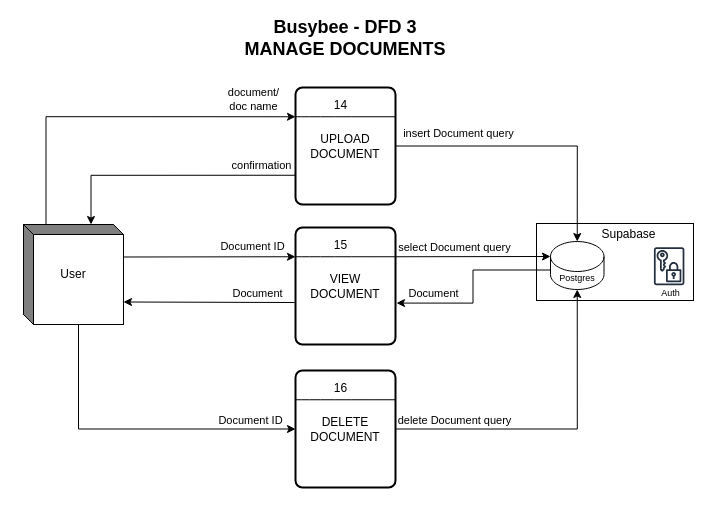
Earlier version of the draw.io diagram page "dfd3-ManageDocuments" (5 of 6) of data-flow-diagram.drawio (Masonluna/BusyBee). Source tidied: cells renumbered, new cells numbered last; positions are measured from the earlier drawing's top-left corner, leaving out a move shared by most shapes. Both pictures are drawn from the tidied source at 100%, with x=0, y=0 at pixel (17, 17).
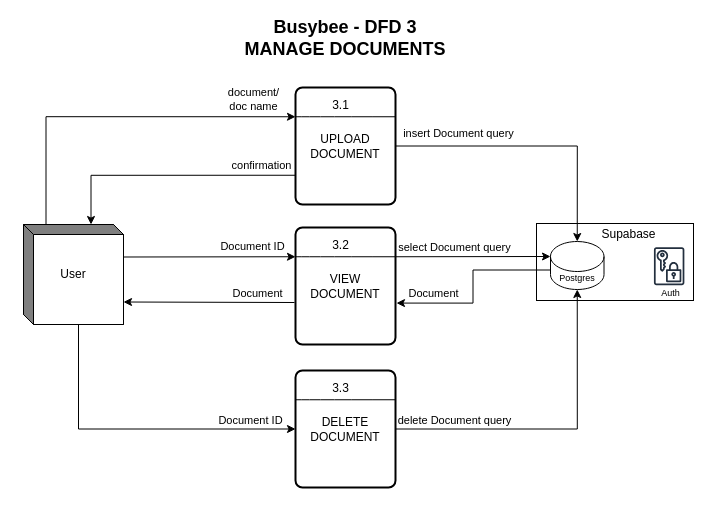
After the change.

The change refers to these unchanged cells:
```xml
<mxCell id="14" style="group;" parent="1" vertex="1">
  <mxGeometry x="278" y="70" width="100" height="117" as="geometry" />
</mxCell>
<mxCell id="18" style="group;" parent="1" vertex="1">
  <mxGeometry x="278" y="210" width="100" height="117" as="geometry" />
</mxCell>
<mxCell id="22" style="group;" parent="1" vertex="1">
  <mxGeometry x="278" y="353" width="100" height="117" as="geometry" />
</mxCell>
```

Change to the diagram source:
```diff
@@
-    <mxCell id="17" value="14" style="text;html=1;align=center;verticalAlign=middle;whiteSpace=wrap;rounded=0;" parent="14" vertex="1">
+    <mxCell id="17" value="3.1" style="text;html=1;align=center;verticalAlign=middle;whiteSpace=wrap;rounded=0;" parent="14" vertex="1">
       <mxGeometry x="14" y="5" width="63" height="26" as="geometry" />
     </mxCell>
@@
-    <mxCell id="21" value="15" style="text;html=1;align=center;verticalAlign=middle;whiteSpace=wrap;rounded=0;" parent="18" vertex="1">
+    <mxCell id="21" value="3.2" style="text;html=1;align=center;verticalAlign=middle;whiteSpace=wrap;rounded=0;" parent="18" vertex="1">
       <mxGeometry x="14" y="5" width="63" height="26" as="geometry" />
     </mxCell>
@@
-    <mxCell id="25" value="16" style="text;html=1;align=center;verticalAlign=middle;whiteSpace=wrap;rounded=0;" parent="22" vertex="1">
+    <mxCell id="25" value="3.3" style="text;html=1;align=center;verticalAlign=middle;whiteSpace=wrap;rounded=0;" parent="22" vertex="1">
       <mxGeometry x="14" y="5" width="63" height="26" as="geometry" />
     </mxCell>
```
